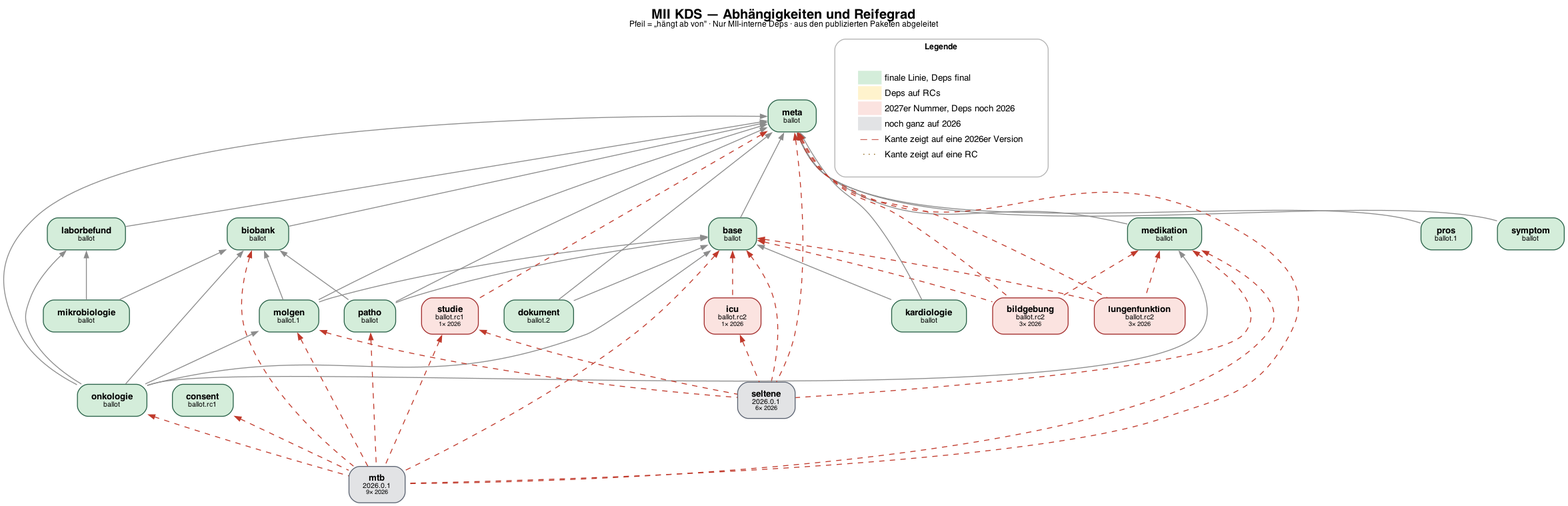
medizininformatik-initiative/kerndatensatz-complete keeps this Graphviz diagram as status/dependency-graph.png. Above is the earlier version. Its source is kept beside it as status/dependency-graph.dot.
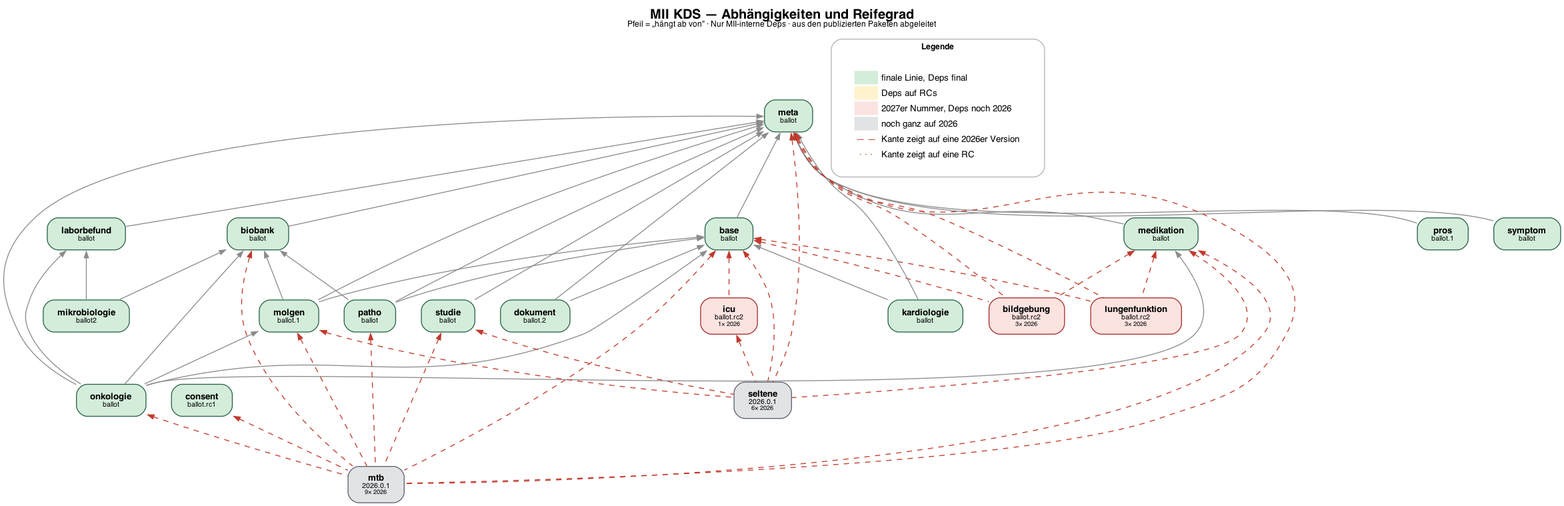
After the commit.

Commit message:
BOM 2027.0.0-ballot.12: Studie final, Mikrobiologie auf ballot2

What changed in the source:
```diff
@@ -12,16 +12,16 @@
   laborbefund [label=<<B>laborbefund</B><BR/><FONT POINT-SIZE="8">ballot</FONT>>, fillcolor="#d4edda", color="#2a6249"];
   medikation [label=<<B>medikation</B><BR/><FONT POINT-SIZE="8">ballot</FONT>>, fillcolor="#d4edda", color="#2a6249"];
   meta [label=<<B>meta</B><BR/><FONT POINT-SIZE="8">ballot</FONT>>, fillcolor="#d4edda", color="#2a6249"];
-  mikrobiologie [label=<<B>mikrobiologie</B><BR/><FONT POINT-SIZE="8">ballot</FONT>>, fillcolor="#d4edda", color="#2a6249"];
+  mikrobiologie [label=<<B>mikrobiologie</B><BR/><FONT POINT-SIZE="8">ballot2</FONT>>, fillcolor="#d4edda", color="#2a6249"];
   molgen [label=<<B>molgen</B><BR/><FONT POINT-SIZE="8">ballot.1</FONT>>, fillcolor="#d4edda", color="#2a6249"];
   onkologie [label=<<B>onkologie</B><BR/><FONT POINT-SIZE="8">ballot</FONT>>, fillcolor="#d4edda", color="#2a6249"];
   patho [label=<<B>patho</B><BR/><FONT POINT-SIZE="8">ballot</FONT>>, fillcolor="#d4edda", color="#2a6249"];
   pros [label=<<B>pros</B><BR/><FONT POINT-SIZE="8">ballot.1</FONT>>, fillcolor="#d4edda", color="#2a6249"];
+  studie [label=<<B>studie</B><BR/><FONT POINT-SIZE="8">ballot</FONT>>, fillcolor="#d4edda", color="#2a6249"];
   symptom [label=<<B>symptom</B><BR/><FONT POINT-SIZE="8">ballot</FONT>>, fillcolor="#d4edda", color="#2a6249"];
   bildgebung [label=<<B>bildgebung</B><BR/><FONT POINT-SIZE="8">ballot.rc2</FONT><BR/><FONT POINT-SIZE="7">3× 2026</FONT>>, fillcolor="#fbe3e0", color="#a32e2e"];
   icu [label=<<B>icu</B><BR/><FONT POINT-SIZE="8">ballot.rc2</FONT><BR/><FONT POINT-SIZE="7">1× 2026</FONT>>, fillcolor="#fbe3e0", color="#a32e2e"];
   lungenfunktion [label=<<B>lungenfunktion</B><BR/><FONT POINT-SIZE="8">ballot.rc2</FONT><BR/><FONT POINT-SIZE="7">3× 2026</FONT>>, fillcolor="#fbe3e0", color="#a32e2e"];
-  studie [label=<<B>studie</B><BR/><FONT POINT-SIZE="8">ballot.rc1</FONT><BR/><FONT POINT-SIZE="7">1× 2026</FONT>>, fillcolor="#fbe3e0", color="#a32e2e"];
   mtb [label=<<B>mtb</B><BR/><FONT POINT-SIZE="8">2026.0.1</FONT><BR/><FONT POINT-SIZE="7">9× 2026</FONT>>, fillcolor="#e2e3e5", color="#5c6472"];
   seltene [label=<<B>seltene</B><BR/><FONT POINT-SIZE="8">2026.0.1</FONT><BR/><FONT POINT-SIZE="7">6× 2026</FONT>>, fillcolor="#e2e3e5", color="#5c6472"];
   meta -> base;
@@ -69,7 +69,7 @@
   meta -> seltene [color="#c0392b", style=dashed];
   molgen -> seltene [color="#c0392b", style=dashed];
   studie -> seltene [color="#c0392b", style=dashed];
-  meta -> studie [color="#c0392b", style=dashed];
+  meta -> studie;
   meta -> symptom;
 
   subgraph cluster_legend {
```
